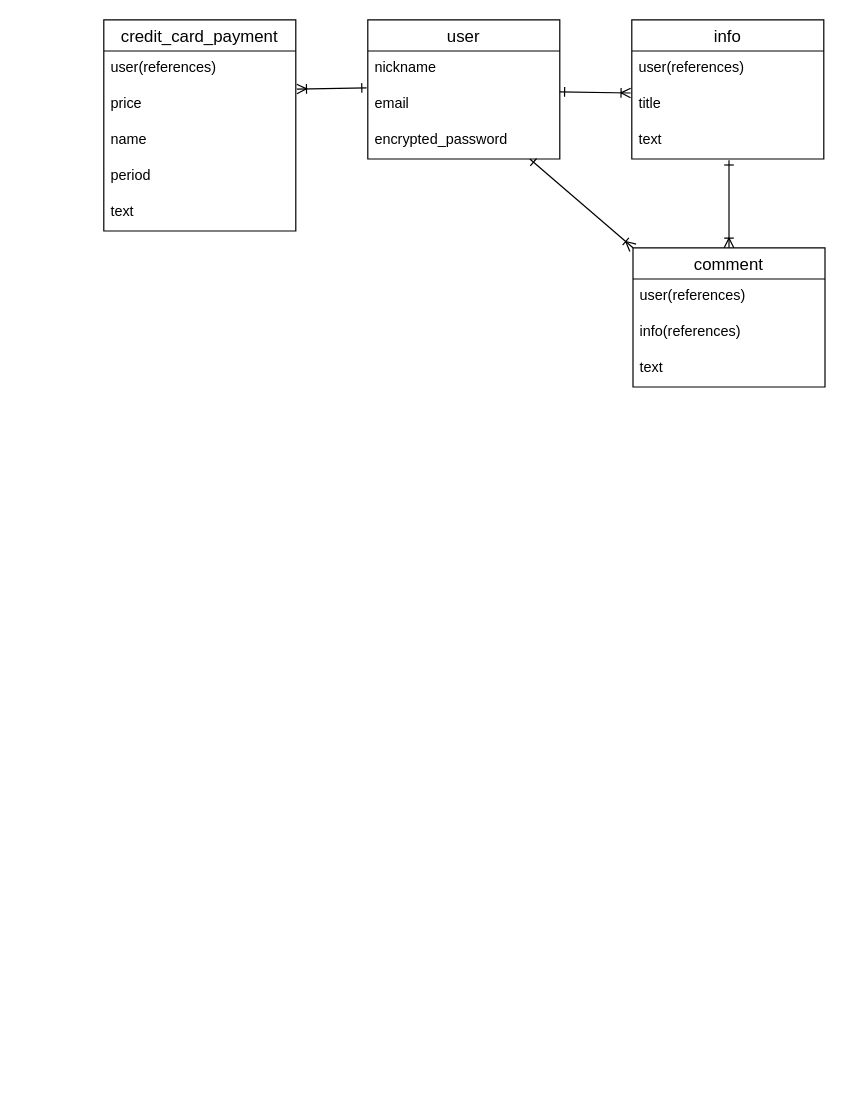
Above: guruguru.dio in yahobaby/guruguru (draw.io), before the change. Source tidied: cells renumbered, new cells numbered last; positions are measured from the earlier drawing's top-left corner, leaving out a move shared by most shapes. Both pictures are drawn from the tidied source at 120%, with x=0, y=0 at pixel (103, 19).
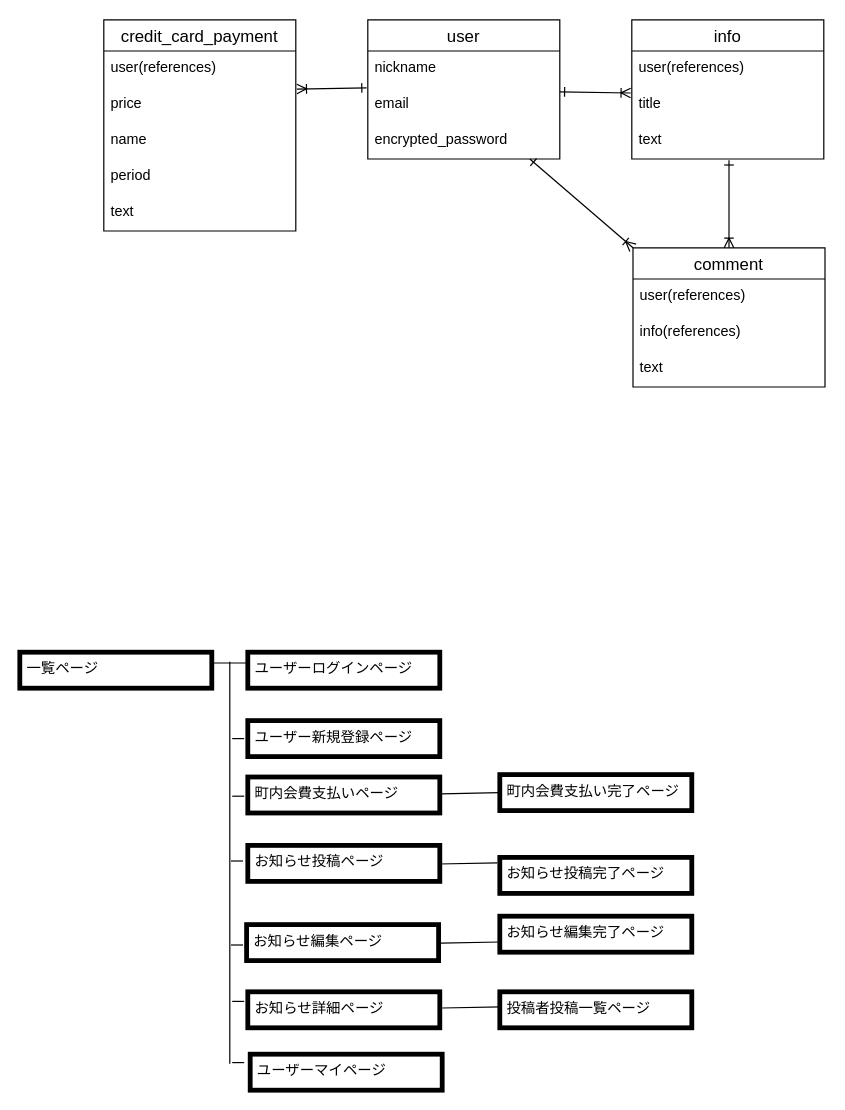
Above is the later version.

What changed in the source:
```diff
@@
+    <mxCell id="24" value="一覧ページ&#10;" style="text;strokeColor=default;fillColor=none;spacingLeft=4;spacingRight=4;overflow=hidden;fontSize=12;strokeWidth=4;" parent="1" vertex="1">
+      <mxGeometry x="-70" y="527" width="160" height="30" as="geometry" />
+    </mxCell>
+    <mxCell id="25" value="ユーザー新規登録ページ" style="text;strokeColor=default;fillColor=none;spacingLeft=4;spacingRight=4;overflow=hidden;fontSize=12;strokeWidth=4;" parent="1" vertex="1">
+      <mxGeometry x="120" y="584" width="160" height="30" as="geometry" />
+    </mxCell>
+    <mxCell id="26" value="ユーザーログインページ&#10;" style="text;strokeColor=default;fillColor=none;spacingLeft=4;spacingRight=4;overflow=hidden;fontSize=12;strokeWidth=4;" parent="1" vertex="1">
+      <mxGeometry x="120" y="527" width="160" height="30" as="geometry" />
+    </mxCell>
+    <mxCell id="27" value="町内会費支払いページ&#10;" style="text;strokeColor=default;fillColor=none;spacingLeft=4;spacingRight=4;overflow=hidden;fontSize=12;strokeWidth=4;" parent="1" vertex="1">
+      <mxGeometry x="120" y="631" width="160" height="30" as="geometry" />
+    </mxCell>
+    <mxCell id="28" value="お知らせ投稿ページ&#10;" style="text;strokeColor=default;fillColor=none;spacingLeft=4;spacingRight=4;overflow=hidden;fontSize=12;strokeWidth=4;" parent="1" vertex="1">
+      <mxGeometry x="120" y="688" width="160" height="30" as="geometry" />
+    </mxCell>
+    <mxCell id="29" value="お知らせ編集ページ&#10;" style="text;strokeColor=default;fillColor=none;spacingLeft=4;spacingRight=4;overflow=hidden;fontSize=12;strokeWidth=4;" parent="1" vertex="1">
+      <mxGeometry x="119" y="754" width="160" height="30" as="geometry" />
+    </mxCell>
+    <mxCell id="30" style="endArrow=none;html=1;" parent="1" edge="1">
+      <mxGeometry relative="1" as="geometry">
+        <mxPoint x="105" y="870" as="sourcePoint" />
+        <mxPoint x="105" y="535" as="targetPoint" />
+      </mxGeometry>
+    </mxCell>
+    <mxCell id="31" style="endArrow=none;html=1;entryX=0.006;entryY=0.2;entryDx=0;entryDy=0;entryPerimeter=0;" parent="1" edge="1">
+      <mxGeometry relative="1" as="geometry">
+        <mxPoint x="90" y="536" as="sourcePoint" />
+        <mxPoint x="121" y="536" as="targetPoint" />
+      </mxGeometry>
+    </mxCell>
+    <mxCell id="32" style="endArrow=none;html=1;entryX=0;entryY=0.5;entryDx=0;entryDy=0;" parent="1" edge="1">
+      <mxGeometry relative="1" as="geometry">
+        <mxPoint x="107" y="599" as="sourcePoint" />
+        <mxPoint x="117" y="599" as="targetPoint" />
+      </mxGeometry>
+    </mxCell>
+    <mxCell id="33" style="endArrow=none;html=1;entryX=0;entryY=0.5;entryDx=0;entryDy=0;" parent="1" edge="1">
+      <mxGeometry relative="1" as="geometry">
+        <mxPoint x="107" y="647" as="sourcePoint" />
+        <mxPoint x="117" y="647" as="targetPoint" />
+      </mxGeometry>
+    </mxCell>
+    <mxCell id="34" style="endArrow=none;html=1;entryX=0;entryY=0.5;entryDx=0;entryDy=0;" parent="1" edge="1">
+      <mxGeometry relative="1" as="geometry">
+        <mxPoint x="106" y="701" as="sourcePoint" />
+        <mxPoint x="116" y="701" as="targetPoint" />
+      </mxGeometry>
+    </mxCell>
+    <mxCell id="35" style="endArrow=none;html=1;entryX=0;entryY=0.5;entryDx=0;entryDy=0;" parent="1" edge="1">
+      <mxGeometry relative="1" as="geometry">
+        <mxPoint x="106" y="771" as="sourcePoint" />
+        <mxPoint x="116" y="771" as="targetPoint" />
+      </mxGeometry>
+    </mxCell>
+    <mxCell id="36" value="町内会費支払い完了ページ&#10;" style="text;strokeColor=default;fillColor=none;spacingLeft=4;spacingRight=4;overflow=hidden;points=[[0,0.5],[1,0.5]];portConstraint=eastwest;fontSize=12;strokeWidth=4;" parent="1" vertex="1">
+      <mxGeometry x="330" y="629" width="160" height="30" as="geometry" />
+    </mxCell>
+    <mxCell id="37" value="お知らせ投稿完了ページ&#10;" style="text;strokeColor=default;fillColor=none;spacingLeft=4;spacingRight=4;overflow=hidden;fontSize=12;strokeWidth=4;" parent="1" vertex="1">
+      <mxGeometry x="330" y="698" width="160" height="30" as="geometry" />
+    </mxCell>
+    <mxCell id="38" value="お知らせ編集完了ページ&#10;" style="text;strokeColor=default;fillColor=none;spacingLeft=4;spacingRight=4;overflow=hidden;fontSize=12;strokeWidth=4;" parent="1" vertex="1">
+      <mxGeometry x="330" y="747" width="160" height="30" as="geometry" />
+    </mxCell>
+    <mxCell id="39" style="endArrow=none;html=1;entryX=0;entryY=0.5;entryDx=0;entryDy=0;" parent="1" edge="1" target="36">
+      <mxGeometry relative="1" as="geometry">
+        <mxPoint x="281" y="645" as="sourcePoint" />
+      </mxGeometry>
+    </mxCell>
+    <mxCell id="40" style="endArrow=none;html=1;entryX=0;entryY=0.5;entryDx=0;entryDy=0;" parent="1" edge="1">
+      <mxGeometry relative="1" as="geometry">
+        <mxPoint x="279" y="703.5" as="sourcePoint" />
+        <mxPoint x="328" y="702.5" as="targetPoint" />
+      </mxGeometry>
+    </mxCell>
+    <mxCell id="41" style="endArrow=none;html=1;entryX=0;entryY=0.5;entryDx=0;entryDy=0;" parent="1" edge="1">
+      <mxGeometry relative="1" as="geometry">
+        <mxPoint x="281" y="769.5" as="sourcePoint" />
+        <mxPoint x="330" y="768.5" as="targetPoint" />
+      </mxGeometry>
+    </mxCell>
+    <mxCell id="42" value="お知らせ詳細ページ&#10;" style="text;strokeColor=default;fillColor=none;spacingLeft=4;spacingRight=4;overflow=hidden;fontSize=12;strokeWidth=4;" parent="1" vertex="1">
+      <mxGeometry x="120" y="810" width="160" height="30" as="geometry" />
+    </mxCell>
+    <mxCell id="43" style="endArrow=none;html=1;entryX=0;entryY=0.5;entryDx=0;entryDy=0;" parent="1" edge="1">
+      <mxGeometry relative="1" as="geometry">
+        <mxPoint x="107" y="818" as="sourcePoint" />
+        <mxPoint x="117" y="818" as="targetPoint" />
+      </mxGeometry>
+    </mxCell>
+    <mxCell id="44" value="投稿者投稿一覧ページ&#10;" style="text;strokeColor=default;fillColor=none;spacingLeft=4;spacingRight=4;overflow=hidden;fontSize=12;strokeWidth=4;" parent="1" vertex="1">
+      <mxGeometry x="330" y="810" width="160" height="30" as="geometry" />
+    </mxCell>
+    <mxCell id="45" style="endArrow=none;html=1;entryX=0;entryY=0.5;entryDx=0;entryDy=0;" parent="1" edge="1">
+      <mxGeometry relative="1" as="geometry">
+        <mxPoint x="282" y="823.5" as="sourcePoint" />
+        <mxPoint x="331" y="822.5" as="targetPoint" />
+      </mxGeometry>
+    </mxCell>
+    <mxCell id="46" value="ユーザーマイページ" style="text;strokeColor=default;fillColor=none;spacingLeft=4;spacingRight=4;overflow=hidden;fontSize=12;strokeWidth=4;" parent="1" vertex="1">
+      <mxGeometry x="122" y="862" width="160" height="30" as="geometry" />
+    </mxCell>
+    <mxCell id="47" style="endArrow=none;html=1;entryX=0;entryY=0.5;entryDx=0;entryDy=0;" parent="1" edge="1">
+      <mxGeometry relative="1" as="geometry">
+        <mxPoint x="107" y="869" as="sourcePoint" />
+        <mxPoint x="117" y="869" as="targetPoint" />
+      </mxGeometry>
+    </mxCell>
```
